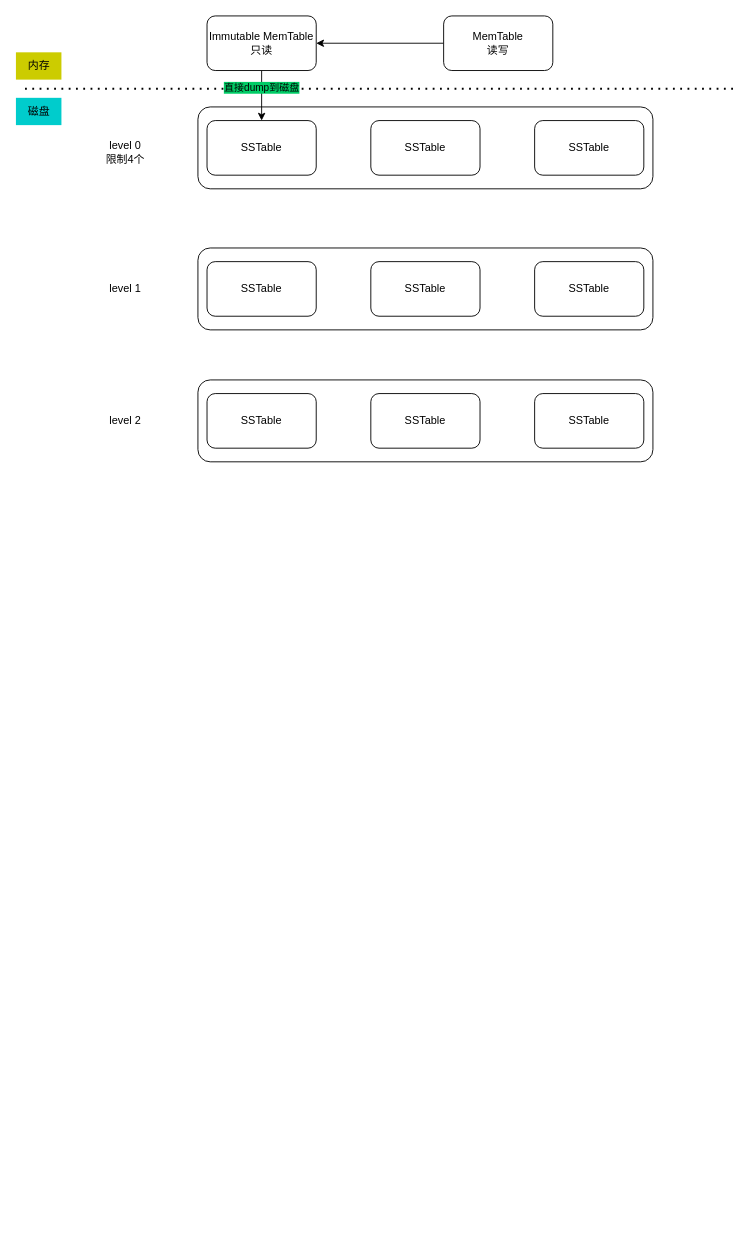
The draw.io diagram leveldb.drawio in lovercode/drawio, before the edit. Source tidied: cells renumbered, new cells numbered last; positions are measured from the earlier drawing's top-left corner, leaving out a move shared by most shapes. Both pictures are drawn from the tidied source at 91%, with x=0, y=0 at pixel (15, 15).
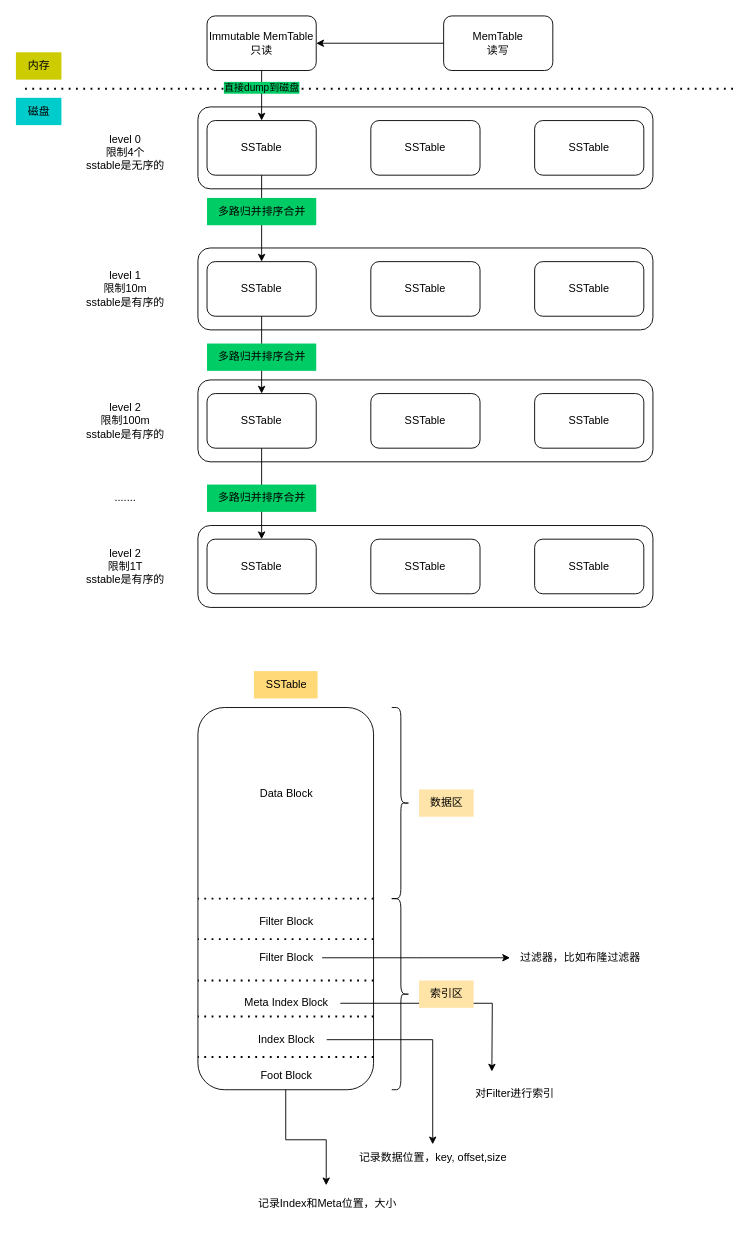
The same page after the edit.

The change refers to these unchanged cells:
```xml
<mxCell id="11" value="SSTable" style="rounded=1;whiteSpace=wrap;html=1;" parent="1" vertex="1">
  <mxGeometry x="210" y="115" width="120" height="60" as="geometry" />
</mxCell>
<mxCell id="15" value="SSTable" style="rounded=1;whiteSpace=wrap;html=1;" parent="1" vertex="1">
  <mxGeometry x="210" y="270" width="120" height="60" as="geometry" />
</mxCell>
<mxCell id="19" value="SSTable" style="rounded=1;whiteSpace=wrap;html=1;" parent="1" vertex="1">
  <mxGeometry x="210" y="415" width="120" height="60" as="geometry" />
</mxCell>
```

What changed in the source:
```diff
@@
-    <mxCell id="22" value="level 0&lt;br&gt;限制4个" style="text;html=1;align=center;verticalAlign=middle;strokeColor=none;fillColor=none;" parent="1" vertex="1">
-      <mxGeometry x="85" y="130" width="70" height="40" as="geometry" />
+    <mxCell id="22" value="level 0&lt;br&gt;限制4个&lt;br&gt;sstable是无序的" style="text;html=1;align=center;verticalAlign=middle;strokeColor=none;fillColor=none;" parent="1" vertex="1">
+      <mxGeometry x="65" y="120" width="110" height="60" as="geometry" />
     </mxCell>
-    <mxCell id="23" value="level 1" style="text;html=1;align=center;verticalAlign=middle;strokeColor=none;fillColor=none;" parent="1" vertex="1">
-      <mxGeometry x="90" y="285" width="60" height="30" as="geometry" />
+    <mxCell id="23" value="level 1&lt;br&gt;限制10m&lt;br&gt;sstable是有序的" style="text;html=1;align=center;verticalAlign=middle;strokeColor=none;fillColor=none;" parent="1" vertex="1">
+      <mxGeometry x="65" y="270" width="110" height="60" as="geometry" />
     </mxCell>
-    <mxCell id="24" value="level 2" style="text;html=1;align=center;verticalAlign=middle;strokeColor=none;fillColor=none;" parent="1" vertex="1">
-      <mxGeometry x="90" y="430" width="60" height="30" as="geometry" />
+    <mxCell id="24" value="level 2&lt;br&gt;限制100m&lt;br&gt;sstable是有序的" style="text;html=1;align=center;verticalAlign=middle;strokeColor=none;fillColor=none;" parent="1" vertex="1">
+      <mxGeometry x="65" y="415" width="110" height="60" as="geometry" />
     </mxCell>
+    <mxCell id="25" style="edgeStyle=orthogonalEdgeStyle;rounded=0;jettySize=auto;html=1;exitX=0.5;exitY=1;exitDx=0;exitDy=0;entryX=0.5;entryY=0;entryDx=0;entryDy=0;" parent="1" edge="1" source="11" target="15">
+      <mxGeometry relative="1" as="geometry" />
+    </mxCell>
+    <mxCell id="26" value="多路归并排序合并" style="text;html=1;align=center;verticalAlign=middle;strokeColor=none;fillColor=#00cc66;" parent="1" vertex="1">
+      <mxGeometry x="210" y="200" width="120" height="30" as="geometry" />
+    </mxCell>
+    <mxCell id="27" style="edgeStyle=orthogonalEdgeStyle;rounded=0;jettySize=auto;html=1;exitX=0.5;exitY=1;exitDx=0;exitDy=0;entryX=0.5;entryY=0;entryDx=0;entryDy=0;" parent="1" edge="1" source="15" target="19">
+      <mxGeometry relative="1" as="geometry" />
+    </mxCell>
+    <mxCell id="28" value="多路归并排序合并" style="text;html=1;align=center;verticalAlign=middle;strokeColor=none;fillColor=#00cc66;" parent="1" vertex="1">
+      <mxGeometry x="210" y="360" width="120" height="30" as="geometry" />
+    </mxCell>
+    <mxCell id="29" style="rounded=1;whiteSpace=wrap;html=1;" parent="1" vertex="1">
+      <mxGeometry x="200" y="560" width="500" height="90" as="geometry" />
+    </mxCell>
+    <mxCell id="30" value="SSTable" style="rounded=1;whiteSpace=wrap;html=1;" parent="1" vertex="1">
+      <mxGeometry x="210" y="575" width="120" height="60" as="geometry" />
+    </mxCell>
+    <mxCell id="31" value="SSTable" style="rounded=1;whiteSpace=wrap;html=1;" parent="1" vertex="1">
+      <mxGeometry x="390" y="575" width="120" height="60" as="geometry" />
+    </mxCell>
+    <mxCell id="32" value="SSTable" style="rounded=1;whiteSpace=wrap;html=1;" parent="1" vertex="1">
+      <mxGeometry x="570" y="575" width="120" height="60" as="geometry" />
+    </mxCell>
+    <mxCell id="33" value="level 2&lt;br&gt;限制1T&lt;br&gt;sstable是有序的" style="text;html=1;align=center;verticalAlign=middle;strokeColor=none;fillColor=none;" parent="1" vertex="1">
+      <mxGeometry x="65" y="575" width="110" height="60" as="geometry" />
+    </mxCell>
+    <mxCell id="34" style="edgeStyle=orthogonalEdgeStyle;rounded=0;jettySize=auto;html=1;exitX=0.5;exitY=1;exitDx=0;exitDy=0;entryX=0.5;entryY=0;entryDx=0;entryDy=0;" parent="1" edge="1" source="19" target="30">
+      <mxGeometry relative="1" as="geometry" />
+    </mxCell>
+    <mxCell id="35" value="多路归并排序合并" style="text;html=1;align=center;verticalAlign=middle;strokeColor=none;fillColor=#00cc66;" parent="1" vertex="1">
+      <mxGeometry x="210" y="515" width="120" height="30" as="geometry" />
+    </mxCell>
+    <mxCell id="36" value="......." style="text;html=1;align=center;verticalAlign=middle;strokeColor=none;fillColor=none;" parent="1" vertex="1">
+      <mxGeometry x="95" y="515" width="50" height="30" as="geometry" />
+    </mxCell>
+    <mxCell id="37" style="rounded=1;whiteSpace=wrap;html=1;" parent="1" vertex="1">
+      <mxGeometry x="200" y="760" width="193" height="420" as="geometry" />
+    </mxCell>
+    <mxCell id="38" style="endArrow=none;dashed=1;html=1;dashPattern=1 3;strokeWidth=2;rounded=0;entryX=0;entryY=0.5;entryDx=0;entryDy=0;exitX=1;exitY=0.5;exitDx=0;exitDy=0;" parent="1" edge="1" source="37" target="37">
+      <mxGeometry relative="1" as="geometry" />
+    </mxCell>
+    <mxCell id="39" value="数据区" style="text;html=1;align=center;verticalAlign=middle;strokeColor=none;fillColor=#fee4a8;" parent="1" vertex="1">
+      <mxGeometry x="443" y="850" width="60" height="30" as="geometry" />
+    </mxCell>
+    <mxCell id="40" style="shape=curlyBracket;whiteSpace=wrap;html=1;rounded=1;flipH=1;labelPosition=right;verticalLabelPosition=middle;align=left;verticalAlign=middle;" parent="1" vertex="1">
+      <mxGeometry x="413" y="760" width="20" height="210" as="geometry" />
+    </mxCell>
+    <mxCell id="41" style="shape=curlyBracket;whiteSpace=wrap;html=1;rounded=1;flipH=1;labelPosition=right;verticalLabelPosition=middle;align=left;verticalAlign=middle;" parent="1" vertex="1">
+      <mxGeometry x="413" y="970" width="20" height="210" as="geometry" />
+    </mxCell>
+    <mxCell id="42" value="SSTable" style="text;html=1;align=center;verticalAlign=middle;strokeColor=none;fillColor=#ffd877;" parent="1" vertex="1">
+      <mxGeometry x="261.5" y="720" width="70" height="30" as="geometry" />
+    </mxCell>
+    <mxCell id="43" style="endArrow=none;dashed=1;html=1;dashPattern=1 3;strokeWidth=2;rounded=0;entryX=0;entryY=0.5;entryDx=0;entryDy=0;exitX=1;exitY=0.5;exitDx=0;exitDy=0;" parent="1" edge="1">
+      <mxGeometry relative="1" as="geometry">
+        <mxPoint x="393" y="1144" as="sourcePoint" />
+        <mxPoint x="200" y="1144" as="targetPoint" />
+      </mxGeometry>
+    </mxCell>
+    <mxCell id="44" style="endArrow=none;dashed=1;html=1;dashPattern=1 3;strokeWidth=2;rounded=0;entryX=0;entryY=0.5;entryDx=0;entryDy=0;exitX=1;exitY=0.5;exitDx=0;exitDy=0;" parent="1" edge="1">
+      <mxGeometry relative="1" as="geometry">
+        <mxPoint x="393" y="1099.5" as="sourcePoint" />
+        <mxPoint x="200" y="1099.5" as="targetPoint" />
+      </mxGeometry>
+    </mxCell>
+    <mxCell id="45" style="endArrow=none;dashed=1;html=1;dashPattern=1 3;strokeWidth=2;rounded=0;entryX=0;entryY=0.5;entryDx=0;entryDy=0;exitX=1;exitY=0.5;exitDx=0;exitDy=0;" parent="1" edge="1">
+      <mxGeometry relative="1" as="geometry">
+        <mxPoint x="393" y="1060" as="sourcePoint" />
+        <mxPoint x="200" y="1060" as="targetPoint" />
+      </mxGeometry>
+    </mxCell>
+    <mxCell id="46" style="endArrow=none;dashed=1;html=1;dashPattern=1 3;strokeWidth=2;rounded=0;entryX=0;entryY=0.5;entryDx=0;entryDy=0;exitX=1;exitY=0.5;exitDx=0;exitDy=0;" parent="1" edge="1">
+      <mxGeometry relative="1" as="geometry">
+        <mxPoint x="393" y="1014.5" as="sourcePoint" />
+        <mxPoint x="200" y="1014.5" as="targetPoint" />
+      </mxGeometry>
+    </mxCell>
+    <mxCell id="47" style="edgeStyle=orthogonalEdgeStyle;rounded=0;jettySize=auto;html=1;entryX=0.497;entryY=-0.167;entryDx=0;entryDy=0;entryPerimeter=0;" parent="1" edge="1" source="48" target="55">
+      <mxGeometry relative="1" as="geometry" />
+    </mxCell>
+    <mxCell id="48" value="Foot Block" style="text;html=1;align=center;verticalAlign=middle;points=[];strokeColor=none;fillColor=none;" parent="1" vertex="1">
+      <mxGeometry x="256.5" y="1150" width="80" height="30" as="geometry" />
+    </mxCell>
+    <mxCell id="49" style="edgeStyle=orthogonalEdgeStyle;rounded=0;jettySize=auto;html=1;" parent="1" edge="1" source="50" target="56">
+      <mxGeometry relative="1" as="geometry" />
+    </mxCell>
+    <mxCell id="50" value="Index Block" style="text;html=1;align=center;verticalAlign=middle;points=[];strokeColor=none;fillColor=none;" parent="1" vertex="1">
+      <mxGeometry x="251.5" y="1110" width="90" height="30" as="geometry" />
+    </mxCell>
+    <mxCell id="51" style="edgeStyle=orthogonalEdgeStyle;rounded=0;jettySize=auto;html=1;" parent="1" edge="1" source="52">
+      <mxGeometry relative="1" as="geometry">
+        <mxPoint x="523" y="1160" as="targetPoint" />
+      </mxGeometry>
+    </mxCell>
+    <mxCell id="52" value="Meta Index Block" style="text;html=1;align=center;verticalAlign=middle;points=[];strokeColor=none;fillColor=none;" parent="1" vertex="1">
+      <mxGeometry x="236.5" y="1070" width="120" height="30" as="geometry" />
+    </mxCell>
+    <mxCell id="53" style="edgeStyle=orthogonalEdgeStyle;rounded=0;jettySize=auto;html=1;" parent="1" edge="1" source="54">
+      <mxGeometry relative="1" as="geometry">
+        <mxPoint x="543" y="1035" as="targetPoint" />
+      </mxGeometry>
+    </mxCell>
+    <mxCell id="54" value="Filter Block" style="text;html=1;align=center;verticalAlign=middle;points=[];strokeColor=none;fillColor=none;" parent="1" vertex="1">
+      <mxGeometry x="256.5" y="1020" width="80" height="30" as="geometry" />
+    </mxCell>
+    <mxCell id="55" value="记录Index和Meta位置，大小" style="text;html=1;align=center;verticalAlign=middle;points=[];strokeColor=none;fillColor=none;" parent="1" vertex="1">
+      <mxGeometry x="251.5" y="1290" width="180" height="30" as="geometry" />
+    </mxCell>
+    <mxCell id="56" value="记录数据位置，key, offset,size" style="text;html=1;align=center;verticalAlign=middle;points=[];strokeColor=none;fillColor=none;" parent="1" vertex="1">
+      <mxGeometry x="363" y="1240" width="190" height="30" as="geometry" />
+    </mxCell>
+    <mxCell id="57" value="对Filter进行索引" style="text;html=1;align=center;verticalAlign=middle;strokeColor=none;fillColor=none;" parent="1" vertex="1">
+      <mxGeometry x="493" y="1170" width="110" height="30" as="geometry" />
+    </mxCell>
+    <mxCell id="58" value="过滤器，比如布隆过滤器" style="text;html=1;align=center;verticalAlign=middle;strokeColor=none;fillColor=none;" parent="1" vertex="1">
+      <mxGeometry x="540" y="1020" width="160" height="30" as="geometry" />
+    </mxCell>
+    <mxCell id="59" value="索引区" style="text;html=1;align=center;verticalAlign=middle;strokeColor=none;fillColor=#ffe4a8;" parent="1" vertex="1">
+      <mxGeometry x="443" y="1060" width="60" height="30" as="geometry" />
+    </mxCell>
+    <mxCell id="60" value="Filter Block" style="text;html=1;align=center;verticalAlign=middle;strokeColor=none;fillColor=none;" parent="1" vertex="1">
+      <mxGeometry x="256.5" y="980" width="80" height="30" as="geometry" />
+    </mxCell>
+    <mxCell id="61" value="Data Block" style="text;html=1;align=center;verticalAlign=middle;strokeColor=none;fillColor=none;" parent="1" vertex="1">
+      <mxGeometry x="256.5" y="840" width="80" height="30" as="geometry" />
+    </mxCell>
```
